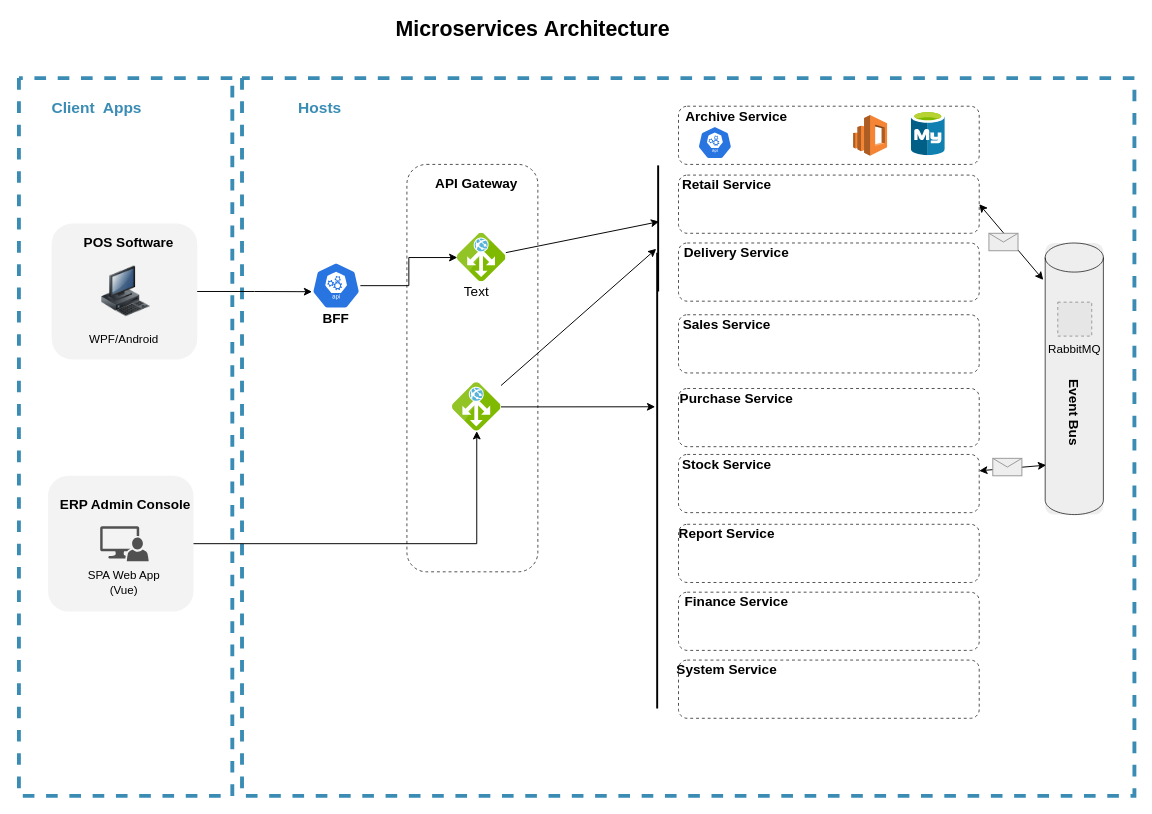
Above: page "云帆架构图" (1 of 2) of Untitled Diagram.drawio in dingzeng/Files (draw.io), before the change. Source tidied: cells renumbered, new cells numbered last; positions are measured from the earlier drawing's top-left corner, leaving out a move shared by most shapes. Both pictures are drawn from the tidied source at 97%, with x=0, y=0 at pixel (18, 19). Pictures stored in the file or linked from it are replaced by grey dashed boxes.
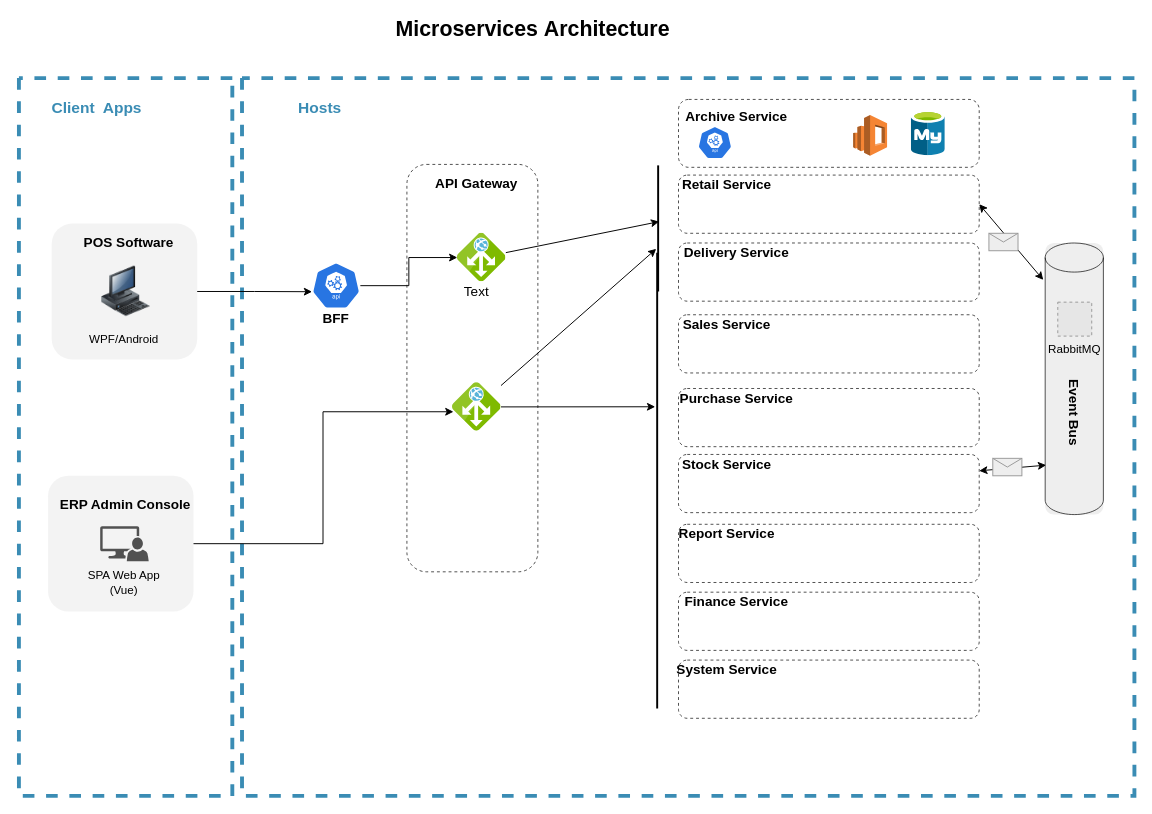
The same page after the edit.

The change refers to these unchanged cells:
```xml
<mxCell id="5" style="rounded=1;whiteSpace=wrap;html=1;shadow=0;glass=0;dashed=1;sketch=0;fontSize=14;fontColor=#000000;strokeWidth=0;gradientColor=none;opacity=70;strokeColor=none;fillColor=#EEE;" parent="4" vertex="1">
  <mxGeometry x="30" width="150" height="140" as="geometry" />
</mxCell>
<mxCell id="15" style="swimlane;startSize=0;rounded=1;strokeColor=#3A8CB4;strokeWidth=4;fillColor=#000000;dashed=1;fontColor=#3A8CB4;" parent="1" vertex="1">
  <mxGeometry x="230" y="60" width="920" height="740" as="geometry" />
</mxCell>
<mxCell id="27" style="html=1;points=[];align=center;image;fontSize=12;image=img/lib/mscae/Application_Gateway.svg;rounded=1;shadow=0;glass=0;sketch=0;fontColor=#000000;strokeColor=#000000;strokeWidth=1;fillColor=#EEEEEE;gradientColor=none;" parent="15" vertex="1">
  <mxGeometry x="217" y="314" width="50" height="50" as="geometry" />
</mxCell>
```

Change to the diagram source:
```diff
@@
     <mxCell id="18" style="rounded=1;whiteSpace=wrap;html=1;shadow=0;glass=0;dashed=1;sketch=0;fontSize=12;fontColor=#000000;strokeColor=#000000;strokeWidth=1;gradientColor=none;opacity=70;fillColor=none;" parent="15" vertex="1">
-      <mxGeometry x="450" y="29" width="310" height="60" as="geometry" />
+      <mxGeometry x="450" y="22" width="310" height="70" as="geometry" />
     </mxCell>
@@
-    <mxCell id="57" style="edgeStyle=orthogonalEdgeStyle;rounded=0;jettySize=auto;html=1;fontSize=14;fontColor=#000000;" parent="1" edge="1" source="5" target="27">
+    <mxCell id="57" style="edgeStyle=orthogonalEdgeStyle;rounded=0;jettySize=auto;html=1;fontSize=14;fontColor=#000000;entryX=0.02;entryY=0.6;entryDx=0;entryDy=0;entryPerimeter=0;" parent="1" edge="1" source="5" target="27">
       <mxGeometry relative="1" as="geometry" />
     </mxCell>
```
